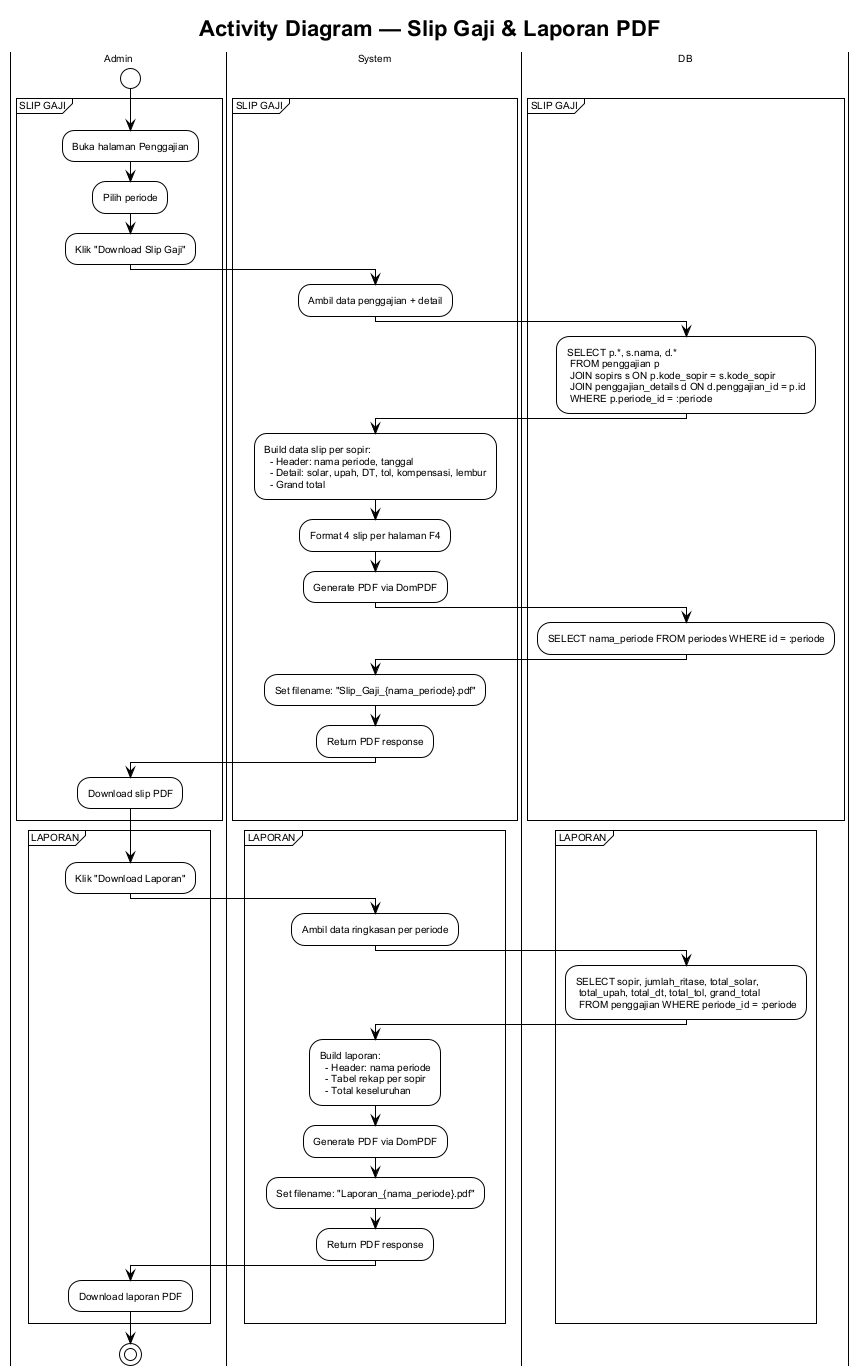
The PlantUML diagram diagrams/activity/activity-slip-laporan.png in riandafatur28/sidigas-gaji-sopir-truck, before a commit. Source of this version:
```plantuml
@startuml activity-slip-laporan
!theme plain
skinparam backgroundColor #ffffff
skinparam defaultFontSize 10
skinparam defaultFontName Arial

title Activity Diagram — Slip Gaji & Laporan PDF

|Admin|
start

partition "SLIP GAJI" {
  :Buka halaman Penggajian;
  :Pilih periode;
  :Klik "Download Slip Gaji";

  |System|
  :Ambil data penggajian + detail;

  |DB|
  :SELECT p.*, s.nama, d.*
   FROM penggajian p
   JOIN sopirs s ON p.kode_sopir = s.kode_sopir
   JOIN penggajian_details d ON d.penggajian_id = p.id
   WHERE p.periode_id = :periode;

  |System|
  :Build data slip per sopir:
    - Header: nama periode, tanggal
    - Detail: solar, upah, DT, tol, kompensasi, lembur
    - Grand total;

  :Format 4 slip per halaman F4;

  :Generate PDF via DomPDF;

  |DB|
  :SELECT nama_periode FROM periodes WHERE id = :periode;

  |System|
  :Set filename: "Slip_Gaji_{nama_periode}.pdf";
  :Return PDF response;

  |Admin|
  :Download slip PDF;
}

partition "LAPORAN" {
  :Klik "Download Laporan";

  |System|
  :Ambil data ringkasan per periode;

  |DB|
  :SELECT sopir, jumlah_ritase, total_solar,
   total_upah, total_dt, total_tol, grand_total
   FROM penggajian WHERE periode_id = :periode;

  |System|
  :Build laporan:
    - Header: nama periode
    - Tabel rekap per sopir
    - Total keseluruhan;

  :Generate PDF via DomPDF;

  :Set filename: "Laporan_{nama_periode}.pdf";
  :Return PDF response;

  |Admin|
  :Download laporan PDF;
}

stop

@enduml
```
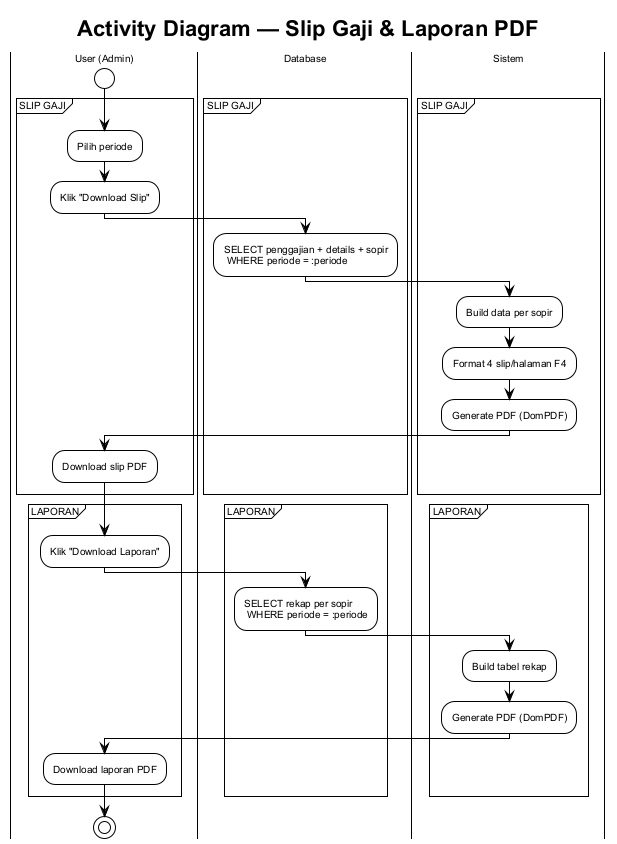
After the change.

The edit, as a diff of the source:
```diff
@@ -6,71 +6,40 @@
 
 title Activity Diagram — Slip Gaji & Laporan PDF
 
-|Admin|
+|User (Admin)|
 start
 
 partition "SLIP GAJI" {
-  :Buka halaman Penggajian;
   :Pilih periode;
-  :Klik "Download Slip Gaji";
+  :Klik "Download Slip";
 
-  |System|
-  :Ambil data penggajian + detail;
+  |Database|
+  :SELECT penggajian + details + sopir
+   WHERE periode = :periode;
 
-  |DB|
-  :SELECT p.*, s.nama, d.*
-   FROM penggajian p
-   JOIN sopirs s ON p.kode_sopir = s.kode_sopir
-   JOIN penggajian_details d ON d.penggajian_id = p.id
-   WHERE p.periode_id = :periode;
+  |Sistem|
+  :Build data per sopir;
+  :Format 4 slip/halaman F4;
+  :Generate PDF (DomPDF);
 
-  |System|
-  :Build data slip per sopir:
-    - Header: nama periode, tanggal
-    - Detail: solar, upah, DT, tol, kompensasi, lembur
-    - Grand total;
-
-  :Format 4 slip per halaman F4;
-
-  :Generate PDF via DomPDF;
-
-  |DB|
-  :SELECT nama_periode FROM periodes WHERE id = :periode;
-
-  |System|
-  :Set filename: "Slip_Gaji_{nama_periode}.pdf";
-  :Return PDF response;
-
-  |Admin|
+  |User (Admin)|
   :Download slip PDF;
 }
 
 partition "LAPORAN" {
   :Klik "Download Laporan";
 
-  |System|
-  :Ambil data ringkasan per periode;
+  |Database|
+  :SELECT rekap per sopir
+   WHERE periode = :periode;
 
-  |DB|
-  :SELECT sopir, jumlah_ritase, total_solar,
-   total_upah, total_dt, total_tol, grand_total
-   FROM penggajian WHERE periode_id = :periode;
+  |Sistem|
+  :Build tabel rekap;
+  :Generate PDF (DomPDF);
 
-  |System|
-  :Build laporan:
-    - Header: nama periode
-    - Tabel rekap per sopir
-    - Total keseluruhan;
-
-  :Generate PDF via DomPDF;
-
-  :Set filename: "Laporan_{nama_periode}.pdf";
-  :Return PDF response;
-
-  |Admin|
+  |User (Admin)|
   :Download laporan PDF;
 }
-
 stop
 
 @enduml
```
